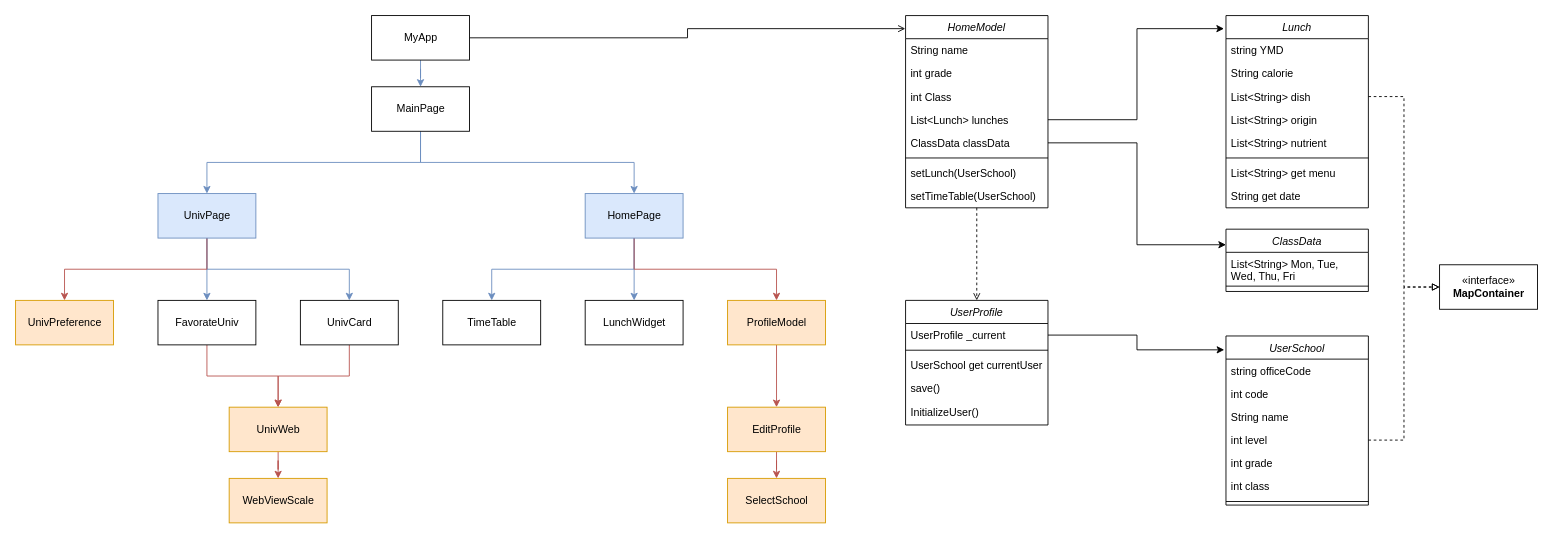
Above: 제목 없는 다이어그램.drawio in oyc0401/pubuk (draw.io), before the change. Source tidied: cells renumbered, new cells numbered last; positions are measured from the earlier drawing's top-left corner, leaving out a move shared by most shapes. Both pictures are drawn from the tidied source at 89%, with x=0, y=0 at pixel (15, 15).
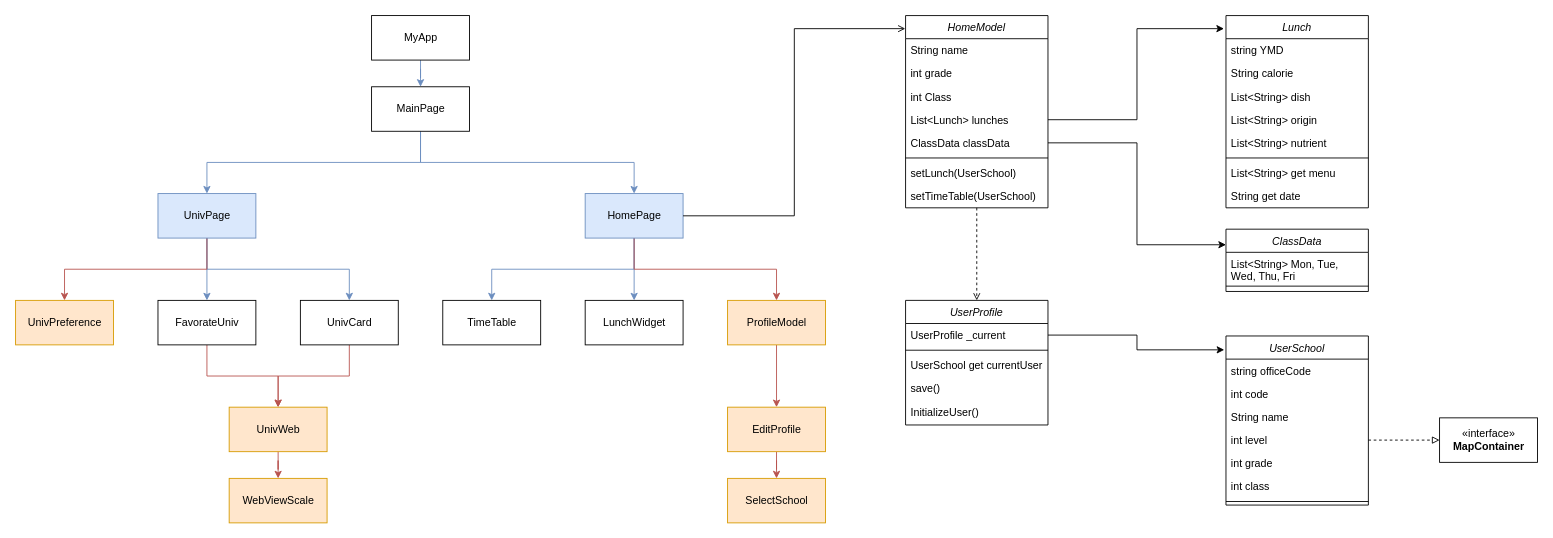
The same page after the edit.

Commit message:
제목 없는 다이어그램.drawio 업데이트

The change refers to these unchanged cells:
```xml
<mxCell id="5" value="HomeModel" style="swimlane;fontStyle=2;align=center;verticalAlign=top;horizontal=1;startSize=26;rounded=0;shadow=0;strokeWidth=1;" parent="1" vertex="1">
  <mxGeometry x="1000" width="160" height="216" as="geometry" />
</mxCell>
<mxCell id="17" value="List&lt;String&gt; dish" style="text;align=left;verticalAlign=top;spacingLeft=4;spacingRight=4;overflow=hidden;points=[[0,0.5],[1,0.5]];portConstraint=eastwest;rounded=0;shadow=0;html=0;" parent="14" vertex="1">
  <mxGeometry y="78" width="160" height="26" as="geometry" />
</mxCell>
<mxCell id="47" value="HomePage" style="html=1;fillColor=#dae8fc;strokeColor=#6c8ebf;" parent="1" vertex="1">
  <mxGeometry x="640" y="200" width="110" height="50" as="geometry" />
</mxCell>
<mxCell id="52" value="MyApp" style="html=1;fontColor=default;" parent="1" vertex="1">
  <mxGeometry x="400" width="110" height="50" as="geometry" />
</mxCell>
```

Diff of the diagram source:
```diff
@@
     <mxCell id="41" value="«interface»&lt;br&gt;&lt;b&gt;MapContainer&lt;/b&gt;" style="html=1;fontColor=default;" parent="1" vertex="1">
-      <mxGeometry x="1600" y="280" width="110" height="50" as="geometry" />
+      <mxGeometry x="1600" y="452" width="110" height="50" as="geometry" />
     </mxCell>
-    <mxCell id="42" style="edgeStyle=orthogonalEdgeStyle;rounded=0;jettySize=auto;html=1;entryX=0;entryY=0.5;entryDx=0;entryDy=0;fontColor=default;dashed=1;endArrow=block;endFill=0;" parent="1" edge="1" source="17" target="41">
-      <mxGeometry relative="1" as="geometry" />
-    </mxCell>
@@
-    <mxCell id="50" style="edgeStyle=orthogonalEdgeStyle;rounded=0;jettySize=auto;html=1;entryX=-0.002;entryY=0.068;entryDx=0;entryDy=0;entryPerimeter=0;fontColor=default;endArrow=open;endFill=0;exitX=1;exitY=0.5;exitDx=0;exitDy=0;" parent="1" edge="1" source="52" target="5">
+    <mxCell id="50" style="edgeStyle=orthogonalEdgeStyle;rounded=0;jettySize=auto;html=1;entryX=-0.002;entryY=0.068;entryDx=0;entryDy=0;entryPerimeter=0;fontColor=default;endArrow=open;endFill=0;exitX=1;exitY=0.5;exitDx=0;exitDy=0;" parent="1" edge="1" source="47" target="5">
       <mxGeometry relative="1" as="geometry" />
     </mxCell>
```
